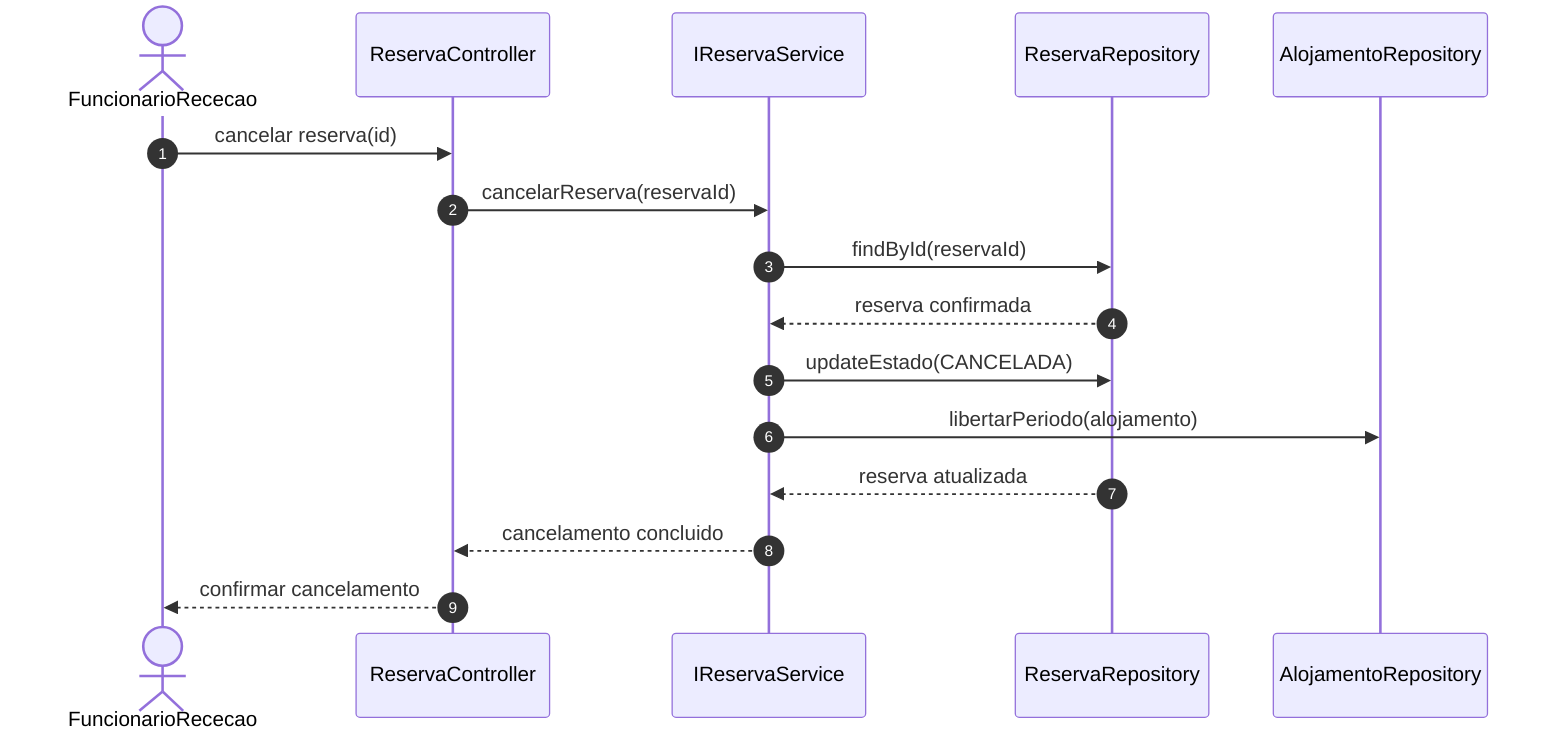
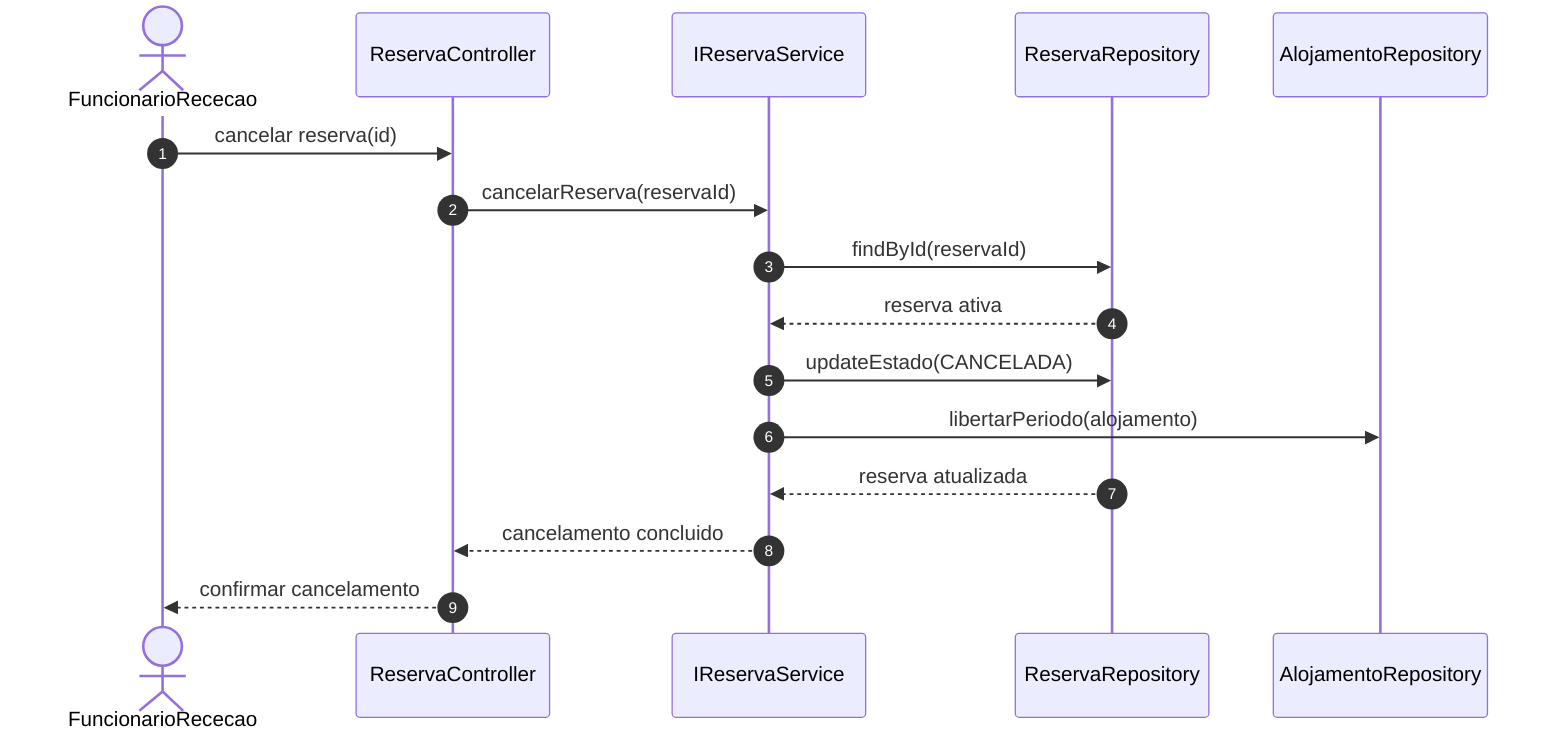
sequenceDiagram
    autonumber
    actor FuncionarioRececao
    participant ReservaController
    participant IReservaService
    participant ReservaRepository
    participant AlojamentoRepository

    FuncionarioRececao->>ReservaController: cancelar reserva(id)
    ReservaController->>IReservaService: cancelarReserva(reservaId)
    IReservaService->>ReservaRepository: findById(reservaId)
-     ReservaRepository-->>IReservaService: reserva confirmada
+     ReservaRepository-->>IReservaService: reserva ativa
    IReservaService->>ReservaRepository: updateEstado(CANCELADA)
    IReservaService->>AlojamentoRepository: libertarPeriodo(alojamento)
    ReservaRepository-->>IReservaService: reserva atualizada
    IReservaService-->>ReservaController: cancelamento concluido
    ReservaController-->>FuncionarioRececao: confirmar cancelamento
